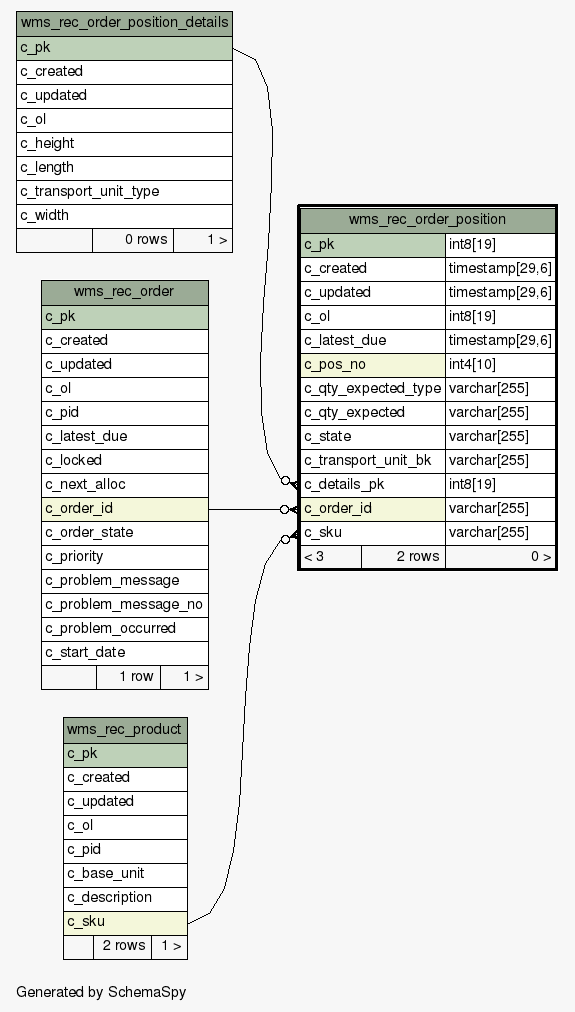
This is schemaspy/diagrams/wms_rec_order_position.1degree.png from openwms/org.openwms.wms.receiving.lib, a Graphviz export, as it was before one commit. Its source is kept beside it as schemaspy/diagrams/wms_rec_order_position.1degree.dot.
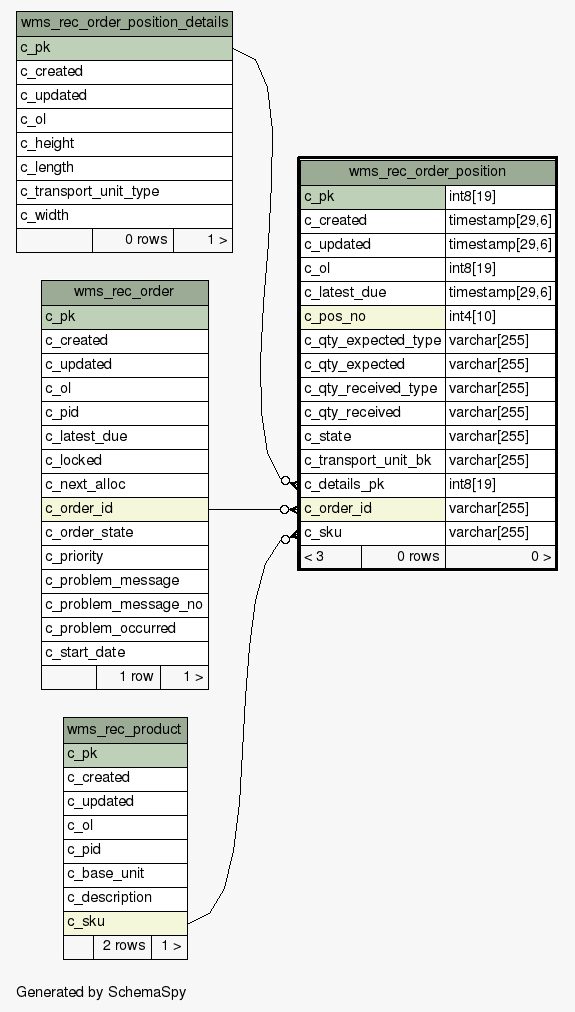
The same file after the commit.

Change to the diagram source:
```diff
@@ -56,12 +56,14 @@
       <TR><TD PORT="c_pos_no" COLSPAN="2" BGCOLOR="#f4f7da" ALIGN="LEFT">c_pos_no</TD><TD PORT="c_pos_no.type" ALIGN="LEFT">int4[10]</TD></TR>
       <TR><TD PORT="c_qty_expected_type" COLSPAN="2" ALIGN="LEFT">c_qty_expected_type</TD><TD PORT="c_qty_expected_type.type" ALIGN="LEFT">varchar[255]</TD></TR>
       <TR><TD PORT="c_qty_expected" COLSPAN="2" ALIGN="LEFT">c_qty_expected</TD><TD PORT="c_qty_expected.type" ALIGN="LEFT">varchar[255]</TD></TR>
+      <TR><TD PORT="c_qty_received_type" COLSPAN="2" ALIGN="LEFT">c_qty_received_type</TD><TD PORT="c_qty_received_type.type" ALIGN="LEFT">varchar[255]</TD></TR>
+      <TR><TD PORT="c_qty_received" COLSPAN="2" ALIGN="LEFT">c_qty_received</TD><TD PORT="c_qty_received.type" ALIGN="LEFT">varchar[255]</TD></TR>
       <TR><TD PORT="c_state" COLSPAN="2" ALIGN="LEFT">c_state</TD><TD PORT="c_state.type" ALIGN="LEFT">varchar[255]</TD></TR>
       <TR><TD PORT="c_transport_unit_bk" COLSPAN="2" ALIGN="LEFT">c_transport_unit_bk</TD><TD PORT="c_transport_unit_bk.type" ALIGN="LEFT">varchar[255]</TD></TR>
       <TR><TD PORT="c_details_pk" COLSPAN="2" ALIGN="LEFT">c_details_pk</TD><TD PORT="c_details_pk.type" ALIGN="LEFT">int8[19]</TD></TR>
       <TR><TD PORT="c_order_id" COLSPAN="2" BGCOLOR="#f4f7da" ALIGN="LEFT">c_order_id</TD><TD PORT="c_order_id.type" ALIGN="LEFT">varchar[255]</TD></TR>
       <TR><TD PORT="c_sku" COLSPAN="2" ALIGN="LEFT">c_sku</TD><TD PORT="c_sku.type" ALIGN="LEFT">varchar[255]</TD></TR>
-      <TR><TD ALIGN="LEFT" BGCOLOR="#f7f7f7">&lt; 3</TD><TD ALIGN="RIGHT" BGCOLOR="#f7f7f7">2 rows</TD><TD ALIGN="RIGHT" BGCOLOR="#f7f7f7">0 &gt;</TD></TR>
+      <TR><TD ALIGN="LEFT" BGCOLOR="#f7f7f7">&lt; 3</TD><TD ALIGN="RIGHT" BGCOLOR="#f7f7f7">0 rows</TD><TD ALIGN="RIGHT" BGCOLOR="#f7f7f7">0 &gt;</TD></TR>
     </TABLE>>
     URL="wms_rec_order_position.html"
     tooltip="wms_rec_order_position"
```
